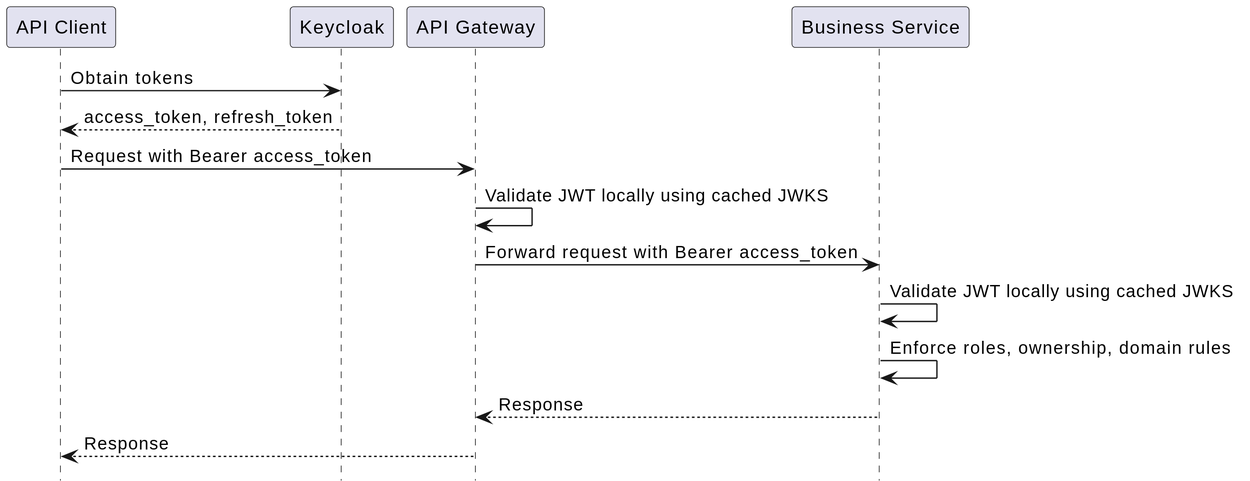
Above: documentation/images/security_model.svg in thisdudkin/estate-booking-platform (PlantUML), before the change. Source of this version:
```plantuml
@startuml
skinparam dpi 260
hide footbox
participant "API Client" as C
participant "Keycloak" as K
participant "API Gateway" as G
participant "Business Service" as S

C -> K: Obtain tokens
K --> C: access_token, refresh_token
C -> G: Request with Bearer access_token
G -> G: Validate JWT locally using cached JWKS
G -> S: Forward request with Bearer access_token
S -> S: Validate JWT locally using cached JWKS
S -> S: Enforce roles, ownership, domain rules
S --> G: Response
G --> C: Response
@enduml
```
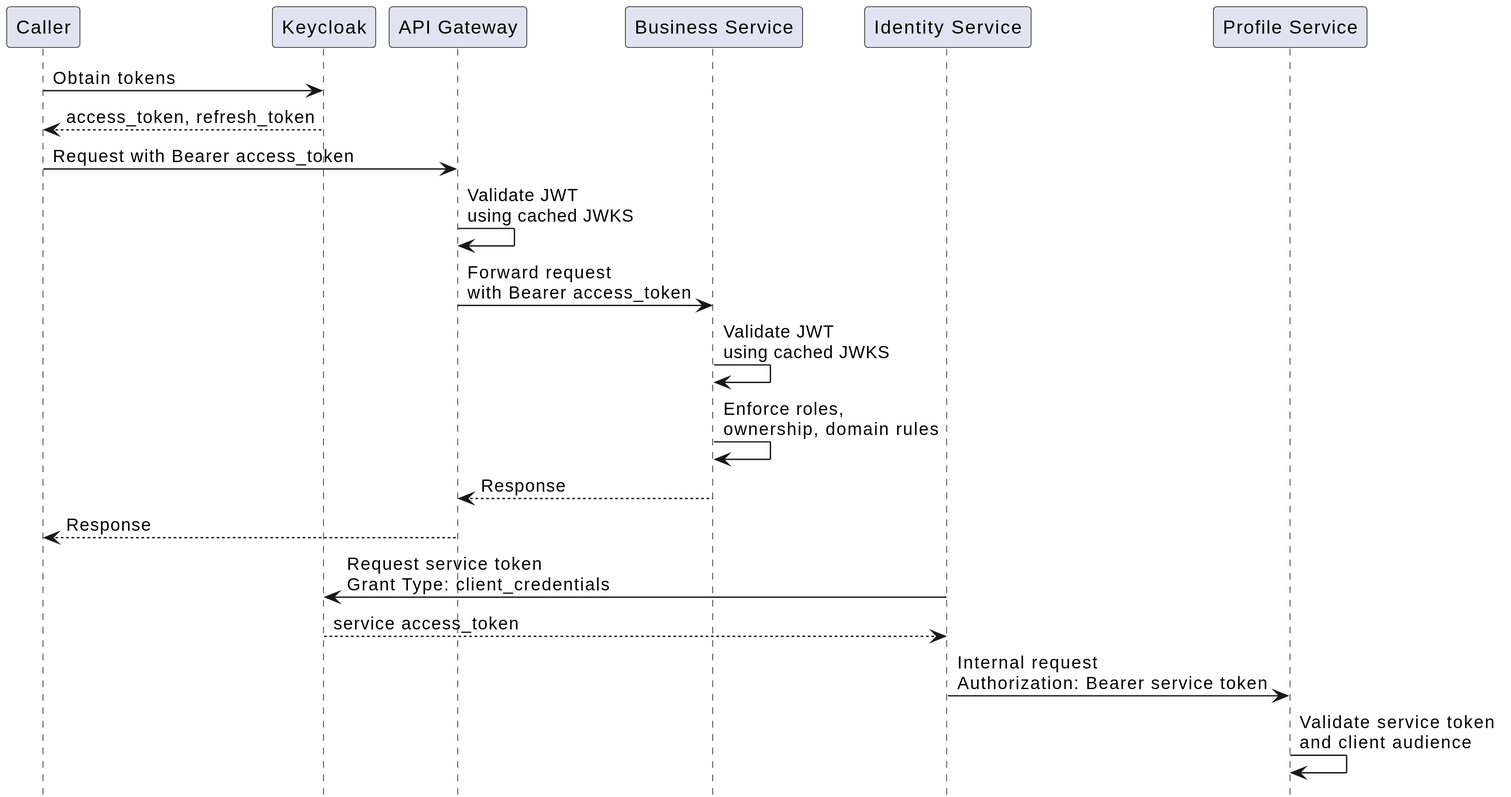
After the commit.

Diff of the diagram source:
```diff
@@ -1,18 +1,20 @@
 @startuml
 skinparam dpi 260
 hide footbox
-participant "API Client" as C
-participant "Keycloak" as K
-participant "API Gateway" as G
-participant "Business Service" as S
 
-C -> K: Obtain tokens
-K --> C: access_token, refresh_token
-C -> G: Request with Bearer access_token
-G -> G: Validate JWT locally using cached JWKS
-G -> S: Forward request with Bearer access_token
-S -> S: Validate JWT locally using cached JWKS
-S -> S: Enforce roles, ownership, domain rules
-S --> G: Response
-G --> C: Response
+Caller -> Keycloak: Obtain tokens
+Keycloak --> Caller: access_token, refresh_token
+
+Caller -> "API Gateway": Request with Bearer access_token
+"API Gateway" -> "API Gateway": Validate JWT\nusing cached JWKS
+"API Gateway" -> "Business Service": Forward request\nwith Bearer access_token
+"Business Service" -> "Business Service": Validate JWT\nusing cached JWKS
+"Business Service" -> "Business Service": Enforce roles,\nownership, domain rules
+"Business Service" --> "API Gateway": Response
+"API Gateway" --> Caller: Response
+
+"Identity Service" -> Keycloak: Request service token\nGrant Type: client_credentials
+Keycloak --> "Identity Service": service access_token
+"Identity Service" -> "Profile Service": Internal request\nAuthorization: Bearer service token
+"Profile Service" -> "Profile Service": Validate service token\nand client audience
 @enduml
```
